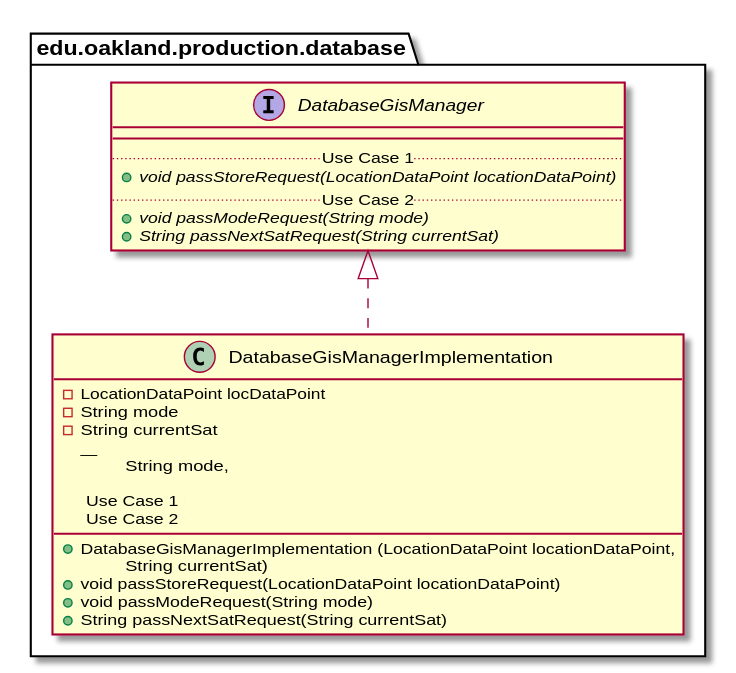
This is docs/uml-class-diagrams/database/production/DatabaseGisManagerImplementation/DatabaseGisManagerImplementation_DirectDependencies.svg from elilley15/csi-3370-software-project, a PlantUML export, as it was before one commit.
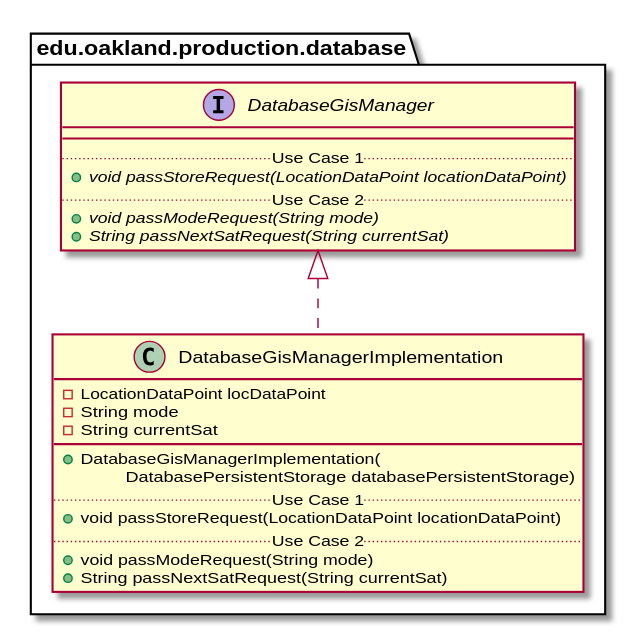
The same file after the commit.

Diff of the diagram source:
```diff
@@ -3,14 +3,12 @@
 
 package edu.oakland.production.database {
     class DatabaseGisManagerImplementation {
-    	- LocationDataPoint locDataPoint
-    	- String mode
-    	- String currentSat
-          __
-        + DatabaseGisManagerImplementation (LocationDataPoint locationDataPoint,
-        \tString mode,
-        \tString currentSat)
-
+        - LocationDataPoint locDataPoint
+        - String mode
+        - String currentSat
+        __
+        + DatabaseGisManagerImplementation(
+        \tDatabasePersistentStorage databasePersistentStorage)
         .. Use Case 1 ..
         + void passStoreRequest(LocationDataPoint locationDataPoint)
         .. Use Case 2 ..
```
